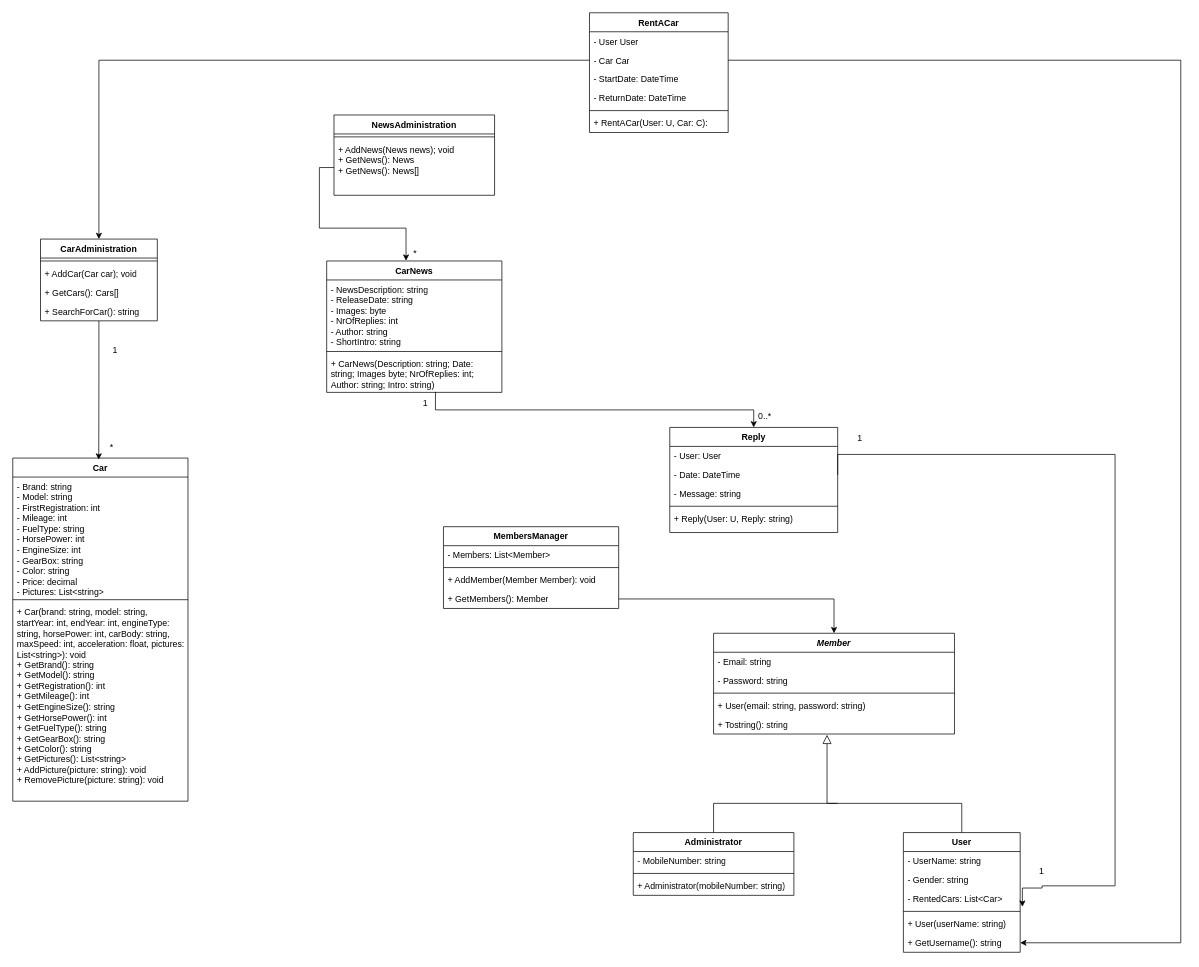
The draw.io diagram UML/UML diagram.drawio in AtanasDimitrov12/The-world-of-cars, before the edit. Source tidied: cells renumbered, new cells numbered last; positions are measured from the earlier drawing's top-left corner, leaving out a move shared by most shapes. Both pictures are drawn from the tidied source at 73%, with x=0, y=0 at pixel (12, 12).
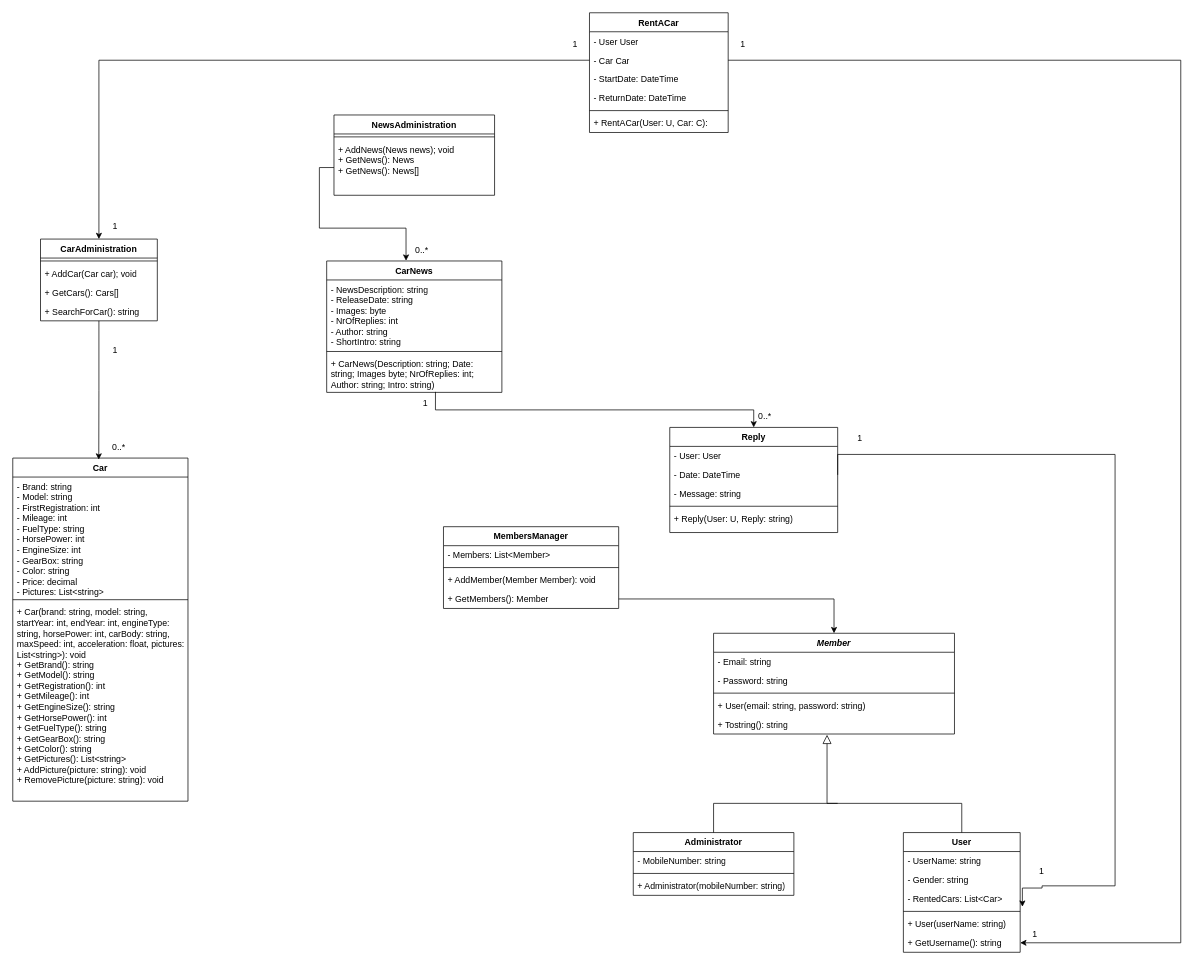
The same page after the edit.

Unchanged cells that the change refers to:
```xml
<mxCell id="53" value="CarAdministration" style="swimlane;fontStyle=1;align=center;verticalAlign=top;horizontal=1;startSize=26;whiteSpace=wrap;html=1;" parent="1" vertex="1">
  <mxGeometry x="38" y="310" width="160" height="112" as="geometry" />
</mxCell>
```

Diff of the diagram source:
```diff
@@
-    <mxCell id="13" value="*" style="text;html=1;align=center;verticalAlign=middle;points=[];strokeColor=none;fillColor=none;" parent="1" vertex="1">
-      <mxGeometry x="120" y="580" width="30" height="30" as="geometry" />
-    </mxCell>
@@
-    <mxCell id="21" value="*" style="text;html=1;align=center;verticalAlign=middle;strokeColor=none;fillColor=none;" parent="1" vertex="1">
-      <mxGeometry x="536" y="314" width="30" height="30" as="geometry" />
-    </mxCell>
@@
-    <mxCell id="52" style="edgeStyle=orthogonalEdgeStyle;rounded=0;jettySize=auto;html=1;exitX=0.5;exitY=1;exitDx=0;exitDy=0;entryX=-0.074;entryY=1.07;entryDx=0;entryDy=0;entryPerimeter=0;" parent="1" edge="1" source="53" target="13">
-      <mxGeometry relative="1" as="geometry" />
+    <mxCell id="52" style="edgeStyle=orthogonalEdgeStyle;rounded=0;jettySize=auto;html=1;exitX=0.5;exitY=1;exitDx=0;exitDy=0;entryX=-0.074;entryY=1.07;entryDx=0;entryDy=0;entryPerimeter=0;" parent="1" edge="1" source="53">
+      <mxGeometry relative="1" as="geometry">
+        <mxPoint x="117.8" y="612.1" as="targetPoint" />
+      </mxGeometry>
     </mxCell>
@@
+    <mxCell id="70" value="0..*" style="text;html=1;align=center;verticalAlign=middle;strokeColor=none;fillColor=none;" parent="1" vertex="1">
+      <mxGeometry x="540" y="310" width="40" height="30" as="geometry" />
+    </mxCell>
+    <mxCell id="71" value="0..*" style="text;html=1;align=center;verticalAlign=middle;strokeColor=none;fillColor=none;" parent="1" vertex="1">
+      <mxGeometry x="125" y="580" width="40" height="30" as="geometry" />
+    </mxCell>
+    <mxCell id="72" value="1" style="text;html=1;align=center;verticalAlign=middle;strokeColor=none;fillColor=none;" parent="1" vertex="1">
+      <mxGeometry x="755" y="28" width="30" height="30" as="geometry" />
+    </mxCell>
+    <mxCell id="73" value="1" style="text;html=1;align=center;verticalAlign=middle;strokeColor=none;fillColor=none;" parent="1" vertex="1">
+      <mxGeometry x="125" y="278" width="30" height="30" as="geometry" />
+    </mxCell>
+    <mxCell id="74" value="1" style="text;html=1;align=center;verticalAlign=middle;strokeColor=none;fillColor=none;" parent="1" vertex="1">
+      <mxGeometry x="985" y="28" width="30" height="30" as="geometry" />
+    </mxCell>
+    <mxCell id="75" value="1" style="text;html=1;align=center;verticalAlign=middle;strokeColor=none;fillColor=none;" parent="1" vertex="1">
+      <mxGeometry x="1385" y="1248" width="30" height="30" as="geometry" />
+    </mxCell>
```
